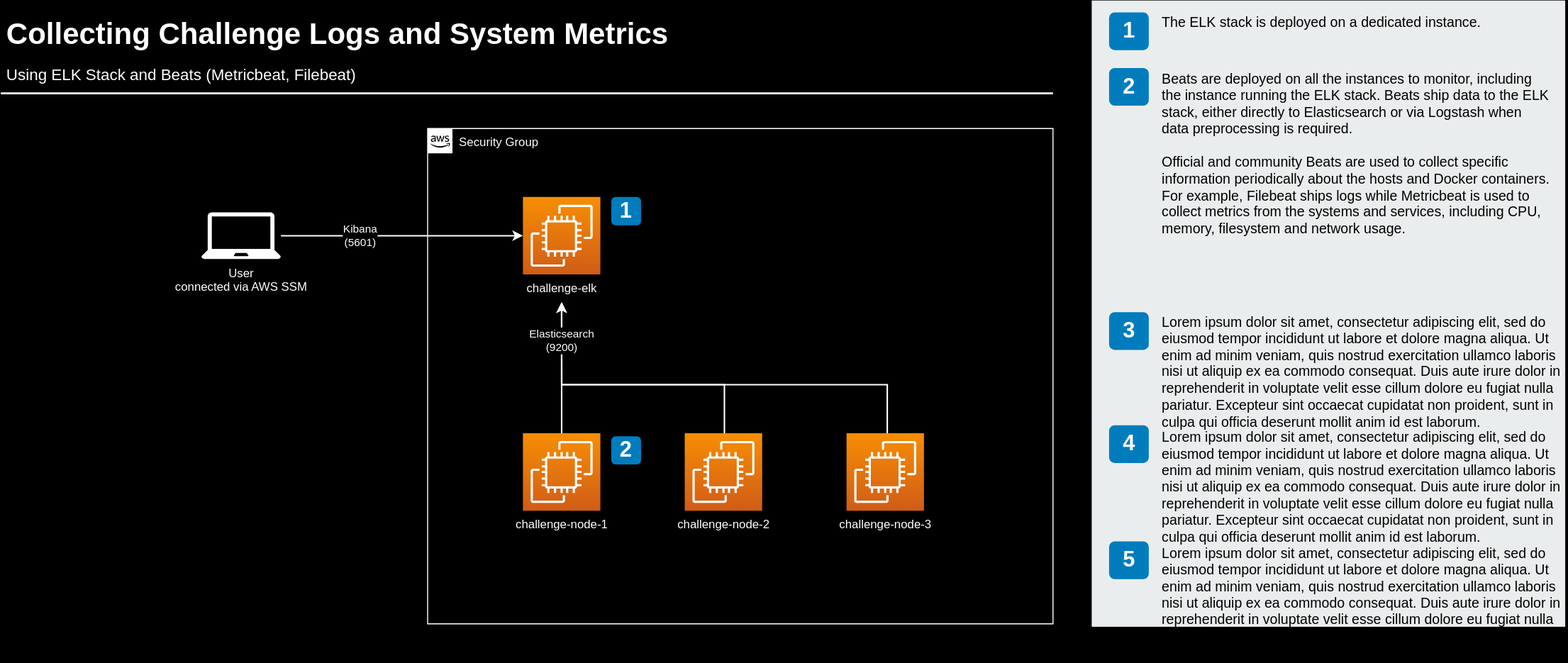
The draw.io diagram docs/drawio/diagrams/collect-challenge-resource-metrics.drawio.svg in Sage-Bionetworks/sage-monorepo, before a commit. Source tidied: cells renumbered, new cells last; positions are measured from the earlier drawing's top-left corner, leaving out a move shared by most shapes.
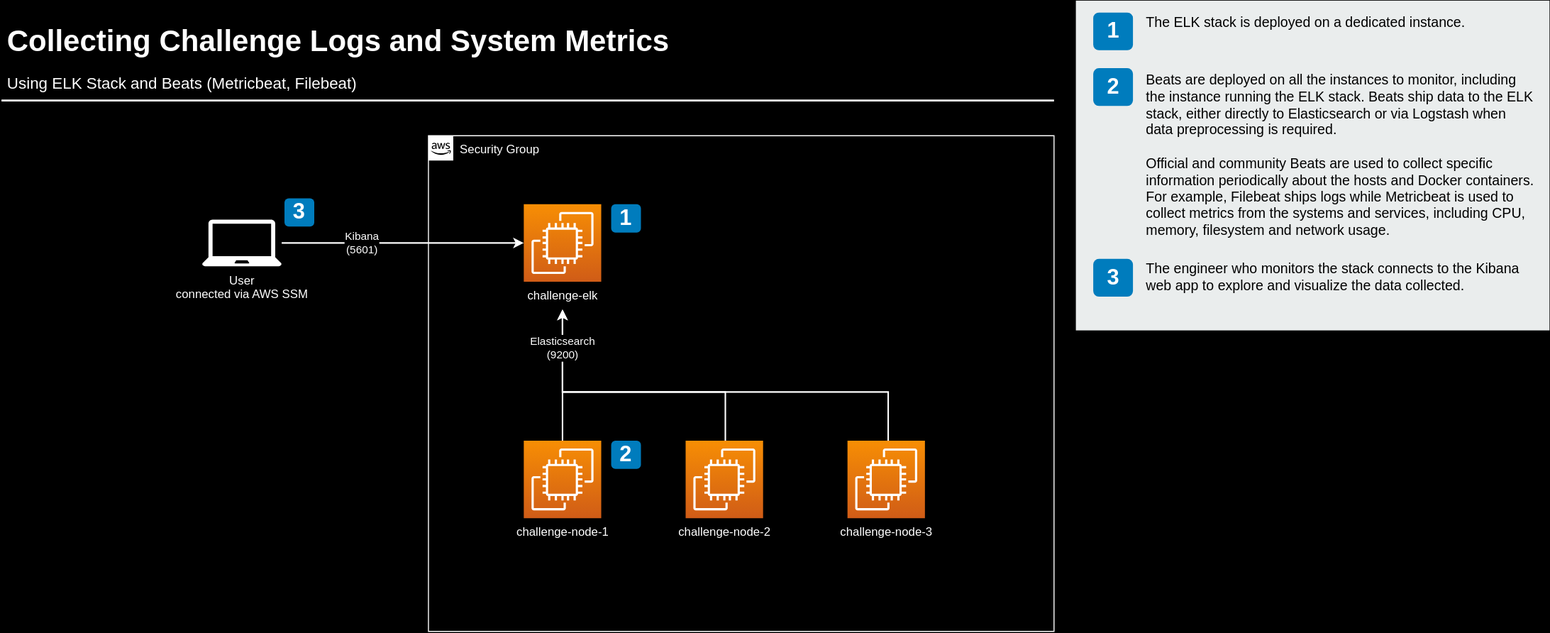
After the change.

What changed in the source:
```diff
@@ -37,10 +37,10 @@
       </mxGeometry>
     </mxCell>
     <mxCell id="10" value="1" style="rounded=1;whiteSpace=wrap;html=1;fillColor=#007CBD;strokeColor=none;fontColor=#FFFFFF;fontStyle=1;fontSize=22;labelBackgroundColor=none;" parent="2" vertex="1">
-      <mxGeometry x="185" y="69" width="30" height="28.5" as="geometry" />
+      <mxGeometry x="184" y="69" width="30" height="28.5" as="geometry" />
     </mxCell>
     <mxCell id="11" value="2" style="rounded=1;whiteSpace=wrap;html=1;fillColor=#007CBD;strokeColor=none;fontColor=#FFFFFF;fontStyle=1;fontSize=22;labelBackgroundColor=none;" parent="2" vertex="1">
-      <mxGeometry x="185" y="310" width="30" height="28.5" as="geometry" />
+      <mxGeometry x="184" y="307" width="30" height="28.5" as="geometry" />
     </mxCell>
     <mxCell id="12" value="&lt;font color=&quot;#FFFFFF&quot;&gt;Collecting Challenge Logs and System Metrics&lt;/font&gt;" style="text;html=1;align=left;verticalAlign=top;spacingTop=-4;fontSize=30;fontStyle=1;" parent="1" vertex="1">
       <mxGeometry x="4" y="13.5" width="690" height="40" as="geometry" />
@@ -51,52 +51,46 @@
     <mxCell id="14" style="line;strokeWidth=2;html=1;fontSize=14;strokeColor=#FFFFFF;" parent="1" vertex="1">
       <mxGeometry y="88.5" width="1060" height="10" as="geometry" />
     </mxCell>
+    <mxCell id="26" style="edgeStyle=orthogonalEdgeStyle;rounded=0;jettySize=auto;html=1;entryX=0;entryY=0.5;entryDx=0;entryDy=0;entryPerimeter=0;fontColor=#000000;strokeColor=#FFFFFF;strokeWidth=1.5;" parent="1" edge="1" source="27" target="6">
+      <mxGeometry relative="1" as="geometry" />
+    </mxCell>
+    <mxCell id="27" value="&lt;font color=&quot;#FFFFFF&quot;&gt;&lt;span style=&quot;background-color: transparent;&quot;&gt;User&lt;/span&gt;&lt;br&gt;connected via AWS SSM&lt;/font&gt;" style="sketch=0;shadow=0;dashed=0;html=1;strokeColor=none;fillColor=#FFFFFF;labelPosition=center;verticalLabelPosition=bottom;verticalAlign=top;outlineConnect=0;align=center;shape=mxgraph.office.devices.laptop;fontSize=12;fontColor=#33001A;points=[[0.5,1,0,0,28]];" parent="1" vertex="1">
+      <mxGeometry x="202" y="213.5" width="80.2" height="47" as="geometry" />
+    </mxCell>
+    <mxCell id="28" value="Elasticsearch&lt;br&gt;&lt;div&gt;(9200)&lt;/div&gt;" style="edgeLabel;html=1;align=center;verticalAlign=middle;fontColor=#FFFFFF;labelBackgroundColor=#000000;" parent="1" vertex="1">
+      <mxGeometry x="565" y="342.6" as="geometry" />
+    </mxCell>
+    <mxCell id="29" value="&lt;div&gt;Kibana&lt;/div&gt;&lt;div&gt;(5601)&lt;br&gt;&lt;/div&gt;" style="edgeLabel;html=1;align=center;verticalAlign=middle;fontColor=#FFFFFF;labelBackgroundColor=#000000;" parent="1" vertex="1">
+      <mxGeometry x="362.1" y="237" as="geometry" />
+    </mxCell>
+    <mxCell id="31" value="3" style="rounded=1;whiteSpace=wrap;html=1;fillColor=#007CBD;strokeColor=none;fontColor=#FFFFFF;fontStyle=1;fontSize=22;labelBackgroundColor=none;" parent="1" vertex="1">
+      <mxGeometry x="285" y="192" width="30" height="28.5" as="geometry" />
+    </mxCell>
+    <mxCell id="32" style="group;" parent="1" vertex="1">
+      <mxGeometry x="1082" y="-7" width="477" height="332" as="geometry" />
+    </mxCell>
-    <mxCell id="15" style="rounded=0;whiteSpace=wrap;html=1;fillColor=#EAEDED;fontSize=22;fontColor=#FFFFFF;strokeColor=none;labelBackgroundColor=none;" parent="1" vertex="1">
-      <mxGeometry x="1099" width="477" height="631" as="geometry" />
+    <mxCell id="15" style="rounded=0;whiteSpace=wrap;html=1;fillColor=#EAEDED;fontSize=22;fontColor=#FFFFFF;strokeColor=none;labelBackgroundColor=none;" parent="32" vertex="1">
+      <mxGeometry width="477" height="332" as="geometry" />
     </mxCell>
-    <mxCell id="16" value="1" style="rounded=1;whiteSpace=wrap;html=1;fillColor=#007CBD;strokeColor=none;fontColor=#FFFFFF;fontStyle=1;fontSize=22;labelBackgroundColor=none;" parent="1" vertex="1">
-      <mxGeometry x="1116.5" y="12" width="40" height="38" as="geometry" />
+    <mxCell id="16" value="1" style="rounded=1;whiteSpace=wrap;html=1;fillColor=#007CBD;strokeColor=none;fontColor=#FFFFFF;fontStyle=1;fontSize=22;labelBackgroundColor=none;" parent="32" vertex="1">
+      <mxGeometry x="17.5" y="12" width="40" height="38" as="geometry" />
     </mxCell>
-    <mxCell id="17" value="2" style="rounded=1;whiteSpace=wrap;html=1;fillColor=#007CBD;strokeColor=none;fontColor=#FFFFFF;fontStyle=1;fontSize=22;labelBackgroundColor=none;" parent="1" vertex="1">
-      <mxGeometry x="1116.5" y="68" width="40" height="38" as="geometry" />
+    <mxCell id="17" value="2" style="rounded=1;whiteSpace=wrap;html=1;fillColor=#007CBD;strokeColor=none;fontColor=#FFFFFF;fontStyle=1;fontSize=22;labelBackgroundColor=none;" parent="32" vertex="1">
+      <mxGeometry x="17.5" y="68" width="40" height="38" as="geometry" />
     </mxCell>
-    <mxCell id="18" value="3" style="rounded=1;whiteSpace=wrap;html=1;fillColor=#007CBD;strokeColor=none;fontColor=#FFFFFF;fontStyle=1;fontSize=22;labelBackgroundColor=none;" parent="1" vertex="1">
-      <mxGeometry x="1116.5" y="314" width="40" height="38" as="geometry" />
+    <mxCell id="18" value="3" style="rounded=1;whiteSpace=wrap;html=1;fillColor=#007CBD;strokeColor=none;fontColor=#FFFFFF;fontStyle=1;fontSize=22;labelBackgroundColor=none;" parent="32" vertex="1">
+      <mxGeometry x="17.5" y="260" width="40" height="38" as="geometry" />
     </mxCell>
-    <mxCell id="19" value="4" style="rounded=1;whiteSpace=wrap;html=1;fillColor=#007CBD;strokeColor=none;fontColor=#FFFFFF;fontStyle=1;fontSize=22;labelBackgroundColor=none;" parent="1" vertex="1">
-      <mxGeometry x="1116.5" y="428" width="40" height="38" as="geometry" />
-    </mxCell>
-    <mxCell id="20" value="5" style="rounded=1;whiteSpace=wrap;html=1;fillColor=#007CBD;strokeColor=none;fontColor=#FFFFFF;fontStyle=1;fontSize=22;labelBackgroundColor=none;" parent="1" vertex="1">
-      <mxGeometry x="1116.5" y="545" width="40" height="38" as="geometry" />
-    </mxCell>
-    <mxCell id="21" value="The ELK stack is deployed on a dedicated instance." style="text;html=1;align=left;verticalAlign=top;spacingTop=-4;fontSize=14;labelBackgroundColor=none;whiteSpace=wrap;" parent="1" vertex="1">
-      <mxGeometry x="1168" y="11.5" width="336" height="36.5" as="geometry" />
+    <mxCell id="21" value="The ELK stack is deployed on a dedicated instance." style="text;html=1;align=left;verticalAlign=top;spacingTop=-4;fontSize=14;labelBackgroundColor=none;whiteSpace=wrap;" parent="32" vertex="1">
+      <mxGeometry x="69" y="11.5" width="336" height="36.5" as="geometry" />
     </mxCell>
-    <mxCell id="22" value="&lt;div&gt;Beats are deployed on all the instances to monitor, including the instance running the ELK stack. Beats ship data to the ELK stack, either directly to Elasticsearch or via Logstash when data preprocessing is required.&lt;br&gt;&lt;br&gt;Official and community Beats are used to collect specific information periodically about the hosts and Docker containers. For example, Filebeat ships logs while Metricbeat is used to collect metrics from the systems and services, including CPU, memory, filesystem and network usage.&lt;br&gt;&lt;/div&gt;" style="text;html=1;align=left;verticalAlign=top;spacingTop=-4;fontSize=14;labelBackgroundColor=none;whiteSpace=wrap;" parent="1" vertex="1">
-      <mxGeometry x="1167.5" y="68.5" width="393.5" height="182.5" as="geometry" />
+    <mxCell id="22" value="&lt;div&gt;Beats are deployed on all the instances to monitor, including the instance running the ELK stack. Beats ship data to the ELK stack, either directly to Elasticsearch or via Logstash when data preprocessing is required.&lt;br&gt;&lt;br&gt;Official and community Beats are used to collect specific information periodically about the hosts and Docker containers. For example, Filebeat ships logs while Metricbeat is used to collect metrics from the systems and services, including CPU, memory, filesystem and network usage.&lt;br&gt;&lt;/div&gt;" style="text;html=1;align=left;verticalAlign=top;spacingTop=-4;fontSize=14;labelBackgroundColor=none;whiteSpace=wrap;" parent="32" vertex="1">
+      <mxGeometry x="68.5" y="68.5" width="393.5" height="182.5" as="geometry" />
     </mxCell>
-    <mxCell id="23" value="&lt;span&gt;Lorem ipsum dolor sit amet, consectetur adipiscing elit, sed do eiusmod tempor incididunt ut labore et dolore magna aliqua. Ut enim ad minim veniam, quis nostrud exercitation ullamco laboris nisi ut aliquip ex ea commodo consequat. Duis aute irure dolor in reprehenderit in voluptate velit esse cillum dolore eu fugiat nulla pariatur. Excepteur sint occaecat cupidatat non proident, sunt in culpa qui officia deserunt mollit anim id est laborum.&lt;/span&gt;&lt;br&gt;" style="text;html=1;align=left;verticalAlign=top;spacingTop=-4;fontSize=14;labelBackgroundColor=none;whiteSpace=wrap;" parent="1" vertex="1">
-      <mxGeometry x="1167.5" y="312.5" width="408.5" height="117" as="geometry" />
+    <mxCell id="23" value="The engineer who monitors the stack connects to the Kibana web app to explore and visualize the data collected. " style="text;html=1;align=left;verticalAlign=top;spacingTop=-4;fontSize=14;labelBackgroundColor=none;whiteSpace=wrap;" parent="32" vertex="1">
+      <mxGeometry x="68.5" y="258.5" width="393.5" height="68.5" as="geometry" />
     </mxCell>
-    <mxCell id="24" value="&lt;span&gt;Lorem ipsum dolor sit amet, consectetur adipiscing elit, sed do eiusmod tempor incididunt ut labore et dolore magna aliqua. Ut enim ad minim veniam, quis nostrud exercitation ullamco laboris nisi ut aliquip ex ea commodo consequat. Duis aute irure dolor in reprehenderit in voluptate velit esse cillum dolore eu fugiat nulla pariatur. Excepteur sint occaecat cupidatat non proident, sunt in culpa qui officia deserunt mollit anim id est laborum.&lt;/span&gt;&lt;br&gt;" style="text;html=1;align=left;verticalAlign=top;spacingTop=-4;fontSize=14;labelBackgroundColor=none;whiteSpace=wrap;" parent="1" vertex="1">
-      <mxGeometry x="1167.5" y="428.5" width="409.5" height="121" as="geometry" />
-    </mxCell>
-    <mxCell id="25" value="&lt;span&gt;Lorem ipsum dolor sit amet, consectetur adipiscing elit, sed do eiusmod tempor incididunt ut labore et dolore magna aliqua. Ut enim ad minim veniam, quis nostrud exercitation ullamco laboris nisi ut aliquip ex ea commodo consequat. Duis aute irure dolor in reprehenderit in voluptate velit esse cillum dolore eu fugiat nulla pariatur. Excepteur sint occaecat cupidatat non proident, sunt in culpa qui officia deserunt mollit anim id est laborum.&lt;/span&gt;&lt;br&gt;" style="text;html=1;align=left;verticalAlign=top;spacingTop=-4;fontSize=14;labelBackgroundColor=none;whiteSpace=wrap;" parent="1" vertex="1">
-      <mxGeometry x="1168" y="545.5" width="407" height="114" as="geometry" />
-    </mxCell>
-    <mxCell id="26" style="edgeStyle=orthogonalEdgeStyle;rounded=0;jettySize=auto;html=1;entryX=0;entryY=0.5;entryDx=0;entryDy=0;entryPerimeter=0;fontColor=#000000;strokeColor=#FFFFFF;strokeWidth=1.5;" parent="1" edge="1" source="27" target="6">
-      <mxGeometry relative="1" as="geometry" />
-    </mxCell>
-    <mxCell id="27" value="&lt;font color=&quot;#FFFFFF&quot;&gt;&lt;span style=&quot;background-color: transparent;&quot;&gt;User&lt;/span&gt;&lt;br&gt;connected via AWS SSM&lt;/font&gt;" style="sketch=0;shadow=0;dashed=0;html=1;strokeColor=none;fillColor=#FFFFFF;labelPosition=center;verticalLabelPosition=bottom;verticalAlign=top;outlineConnect=0;align=center;shape=mxgraph.office.devices.laptop;fontSize=12;fontColor=#33001A;points=[[0.5,1,0,0,28]];" parent="1" vertex="1">
-      <mxGeometry x="202" y="213.5" width="80.2" height="47" as="geometry" />
-    </mxCell>
-    <mxCell id="28" value="Elasticsearch&lt;br&gt;&lt;div&gt;(9200)&lt;/div&gt;" style="edgeLabel;html=1;align=center;verticalAlign=middle;fontColor=#FFFFFF;labelBackgroundColor=#000000;" parent="1" vertex="1">
-      <mxGeometry x="565" y="342.6" as="geometry" />
-    </mxCell>
-    <mxCell id="29" value="&lt;div&gt;Kibana&lt;/div&gt;&lt;div&gt;(5601)&lt;br&gt;&lt;/div&gt;" style="edgeLabel;html=1;align=center;verticalAlign=middle;fontColor=#FFFFFF;labelBackgroundColor=#000000;" parent="1" vertex="1">
-      <mxGeometry x="362.1" y="237" as="geometry" />
-    </mxCell>
-    <mxCell id="30" style="edgeStyle=orthogonalEdgeStyle;rounded=0;orthogonalLoop=1;jettySize=auto;html=1;exitX=0.5;exitY=1;exitDx=0;exitDy=0;fontColor=#FFFFFF;strokeColor=#FFFFFF;strokeWidth=1.5;" parent="1" edge="1" source="15" target="15">
+    <mxCell id="30" style="edgeStyle=orthogonalEdgeStyle;rounded=0;orthogonalLoop=1;jettySize=auto;html=1;exitX=0.5;exitY=1;exitDx=0;exitDy=0;fontColor=#FFFFFF;strokeColor=#FFFFFF;strokeWidth=1.5;" parent="32" edge="1" source="15" target="15">
       <mxGeometry relative="1" as="geometry" />
     </mxCell>
   </root>
```
